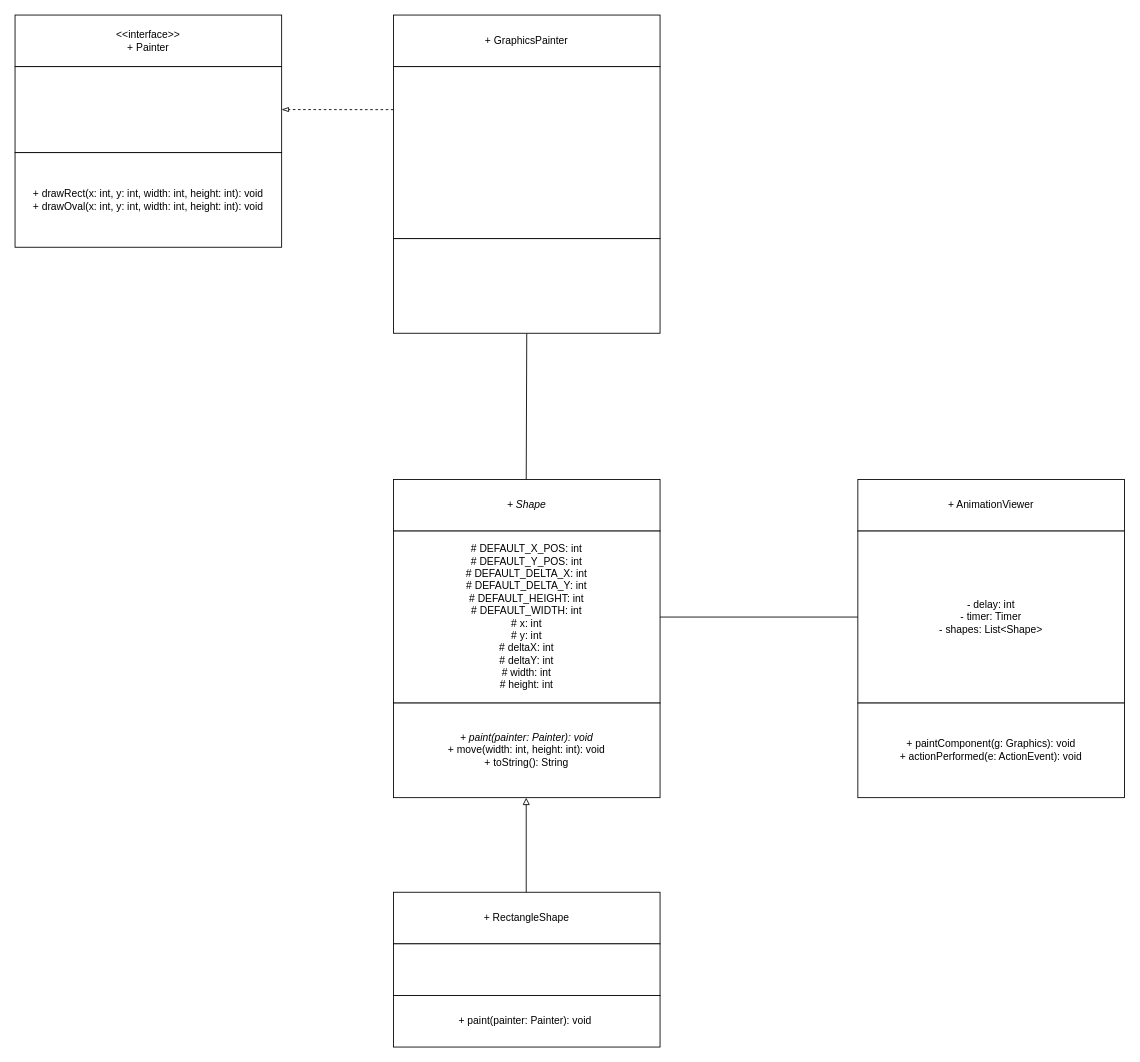
Above: UML for Bounce Project.drawio in ben-porteous/CompSci718-Miscellaneous (draw.io), before the change. Source tidied: cells renumbered, new cells numbered last; positions are measured from the earlier drawing's top-left corner, leaving out a move shared by most shapes. Both pictures are drawn from the tidied source at 86%, with x=0, y=0 at pixel (15, 15).
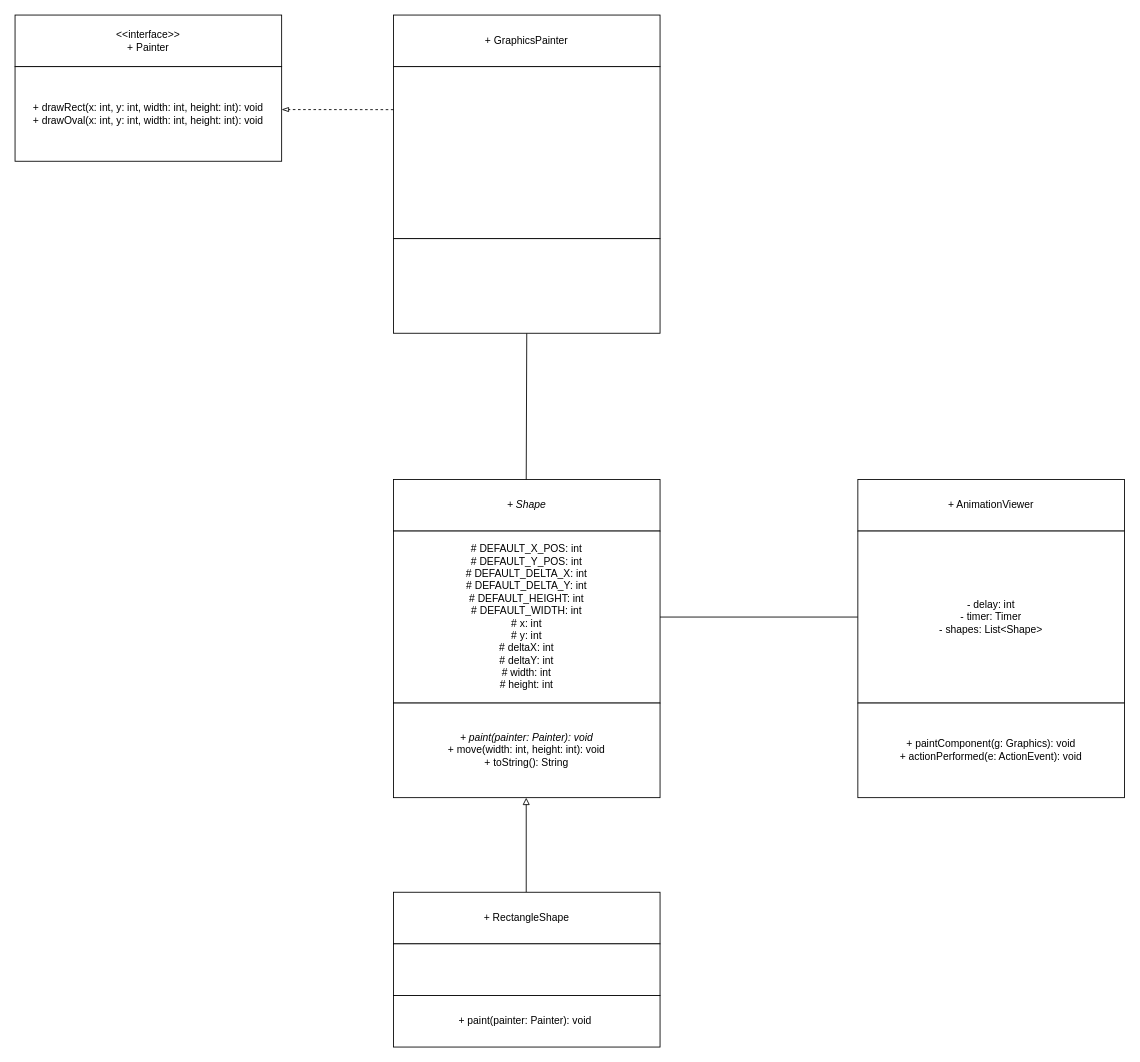
The same page after the edit.

What changed in the source:
```diff
@@
-    <mxCell id="18" style="rounded=0;whiteSpace=wrap;html=1;" parent="1" vertex="1">
-      <mxGeometry y="60" width="310" height="100" as="geometry" />
-    </mxCell>
     <mxCell id="19" value="+ drawRect(x: int, y: int, width: int, height: int): void&lt;div&gt;+ drawOval(x: int, y: int, width: int, height: int): void&lt;br&gt;&lt;/div&gt;" style="rounded=0;whiteSpace=wrap;html=1;" parent="1" vertex="1">
-      <mxGeometry y="160" width="310" height="110" as="geometry" />
+      <mxGeometry y="60" width="310" height="110" as="geometry" />
     </mxCell>
```
